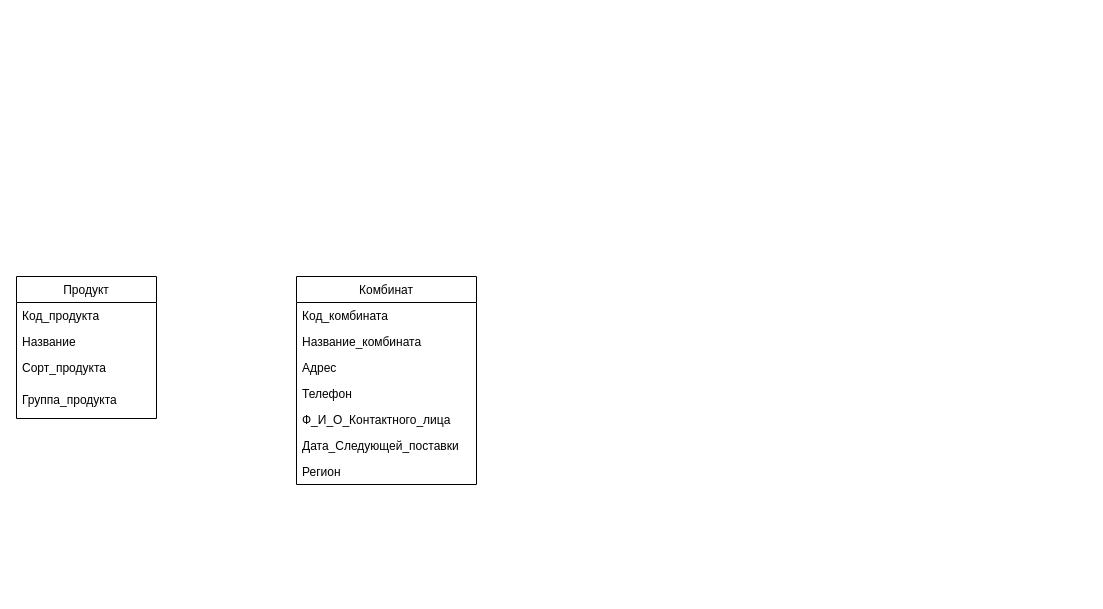
Earlier version of the draw.io diagram function_diagram.drawio (dariga5/Astanin.Teaching_Practice). Source tidied: cells renumbered, new cells numbered last; positions are measured from the earlier drawing's top-left corner, leaving out a move shared by most shapes. Both pictures are drawn from the tidied source at 100%, with x=0, y=0 at pixel (16, 276).
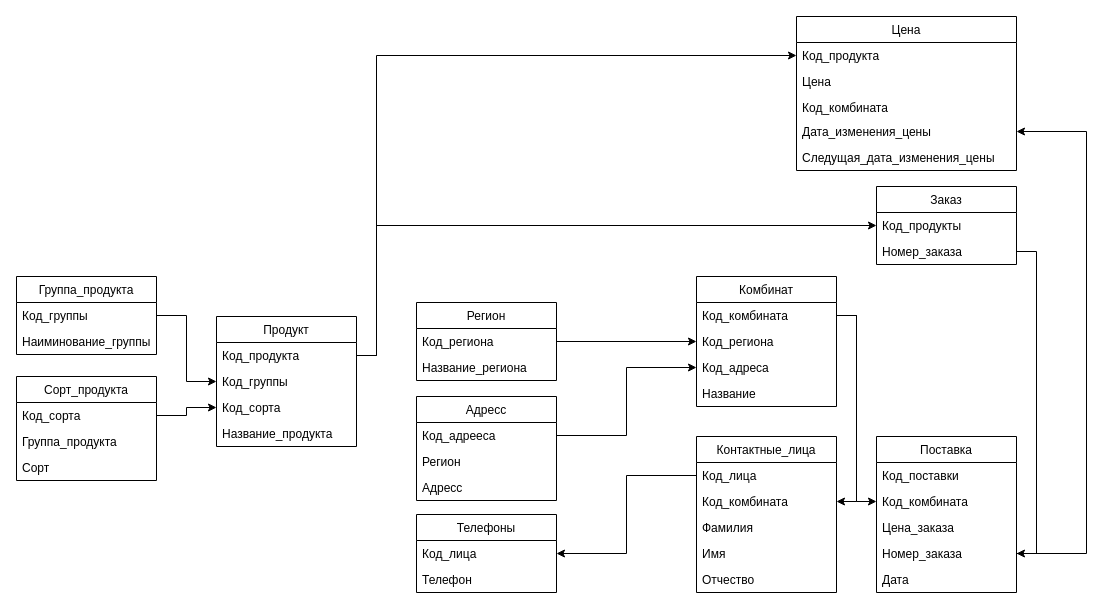
Above is the later version.

Unchanged cells that the change refers to:
```xml
<mxCell id="3" value="Код_продукта" style="text;strokeColor=none;fillColor=none;align=left;verticalAlign=top;spacingLeft=4;spacingRight=4;overflow=hidden;points=[[0,0.5],[1,0.5]];portConstraint=eastwest;" parent="2" vertex="1">
  <mxGeometry y="26" width="140" height="26" as="geometry" />
</mxCell>
```

The edit, as a diff of the source:
```diff
@@
+    <mxCell id="15" value="Группа_продукта" style="swimlane;fontStyle=0;horizontal=1;startSize=26;fillColor=none;" parent="1" vertex="1">
+      <mxGeometry width="140" height="78" as="geometry" />
+    </mxCell>
+    <mxCell id="16" value="Код_группы" style="text;strokeColor=none;fillColor=none;align=left;verticalAlign=top;spacingLeft=4;spacingRight=4;overflow=hidden;points=[[0,0.5],[1,0.5]];portConstraint=eastwest;" parent="15" vertex="1">
+      <mxGeometry y="26" width="140" height="26" as="geometry" />
+    </mxCell>
+    <mxCell id="17" value="Наиминование_группы" style="text;strokeColor=none;fillColor=none;align=left;verticalAlign=top;spacingLeft=4;spacingRight=4;overflow=hidden;" parent="15" vertex="1">
+      <mxGeometry y="52" width="140" height="26" as="geometry" />
+    </mxCell>
+    <mxCell id="5" value="Сорт_продукта" style="swimlane;fontStyle=0;horizontal=1;startSize=26;fillColor=none;" parent="1" vertex="1">
+      <mxGeometry y="100" width="140" height="104" as="geometry" />
+    </mxCell>
+    <mxCell id="18" value="Код_сорта" style="text;strokeColor=none;fillColor=none;align=left;verticalAlign=top;spacingLeft=4;spacingRight=4;overflow=hidden;points=[[0,0.5],[1,0.5]];portConstraint=eastwest;" parent="5" vertex="1">
+      <mxGeometry y="26" width="140" height="26" as="geometry" />
+    </mxCell>
+    <mxCell id="6" value="Группа_продукта" style="text;strokeColor=none;fillColor=none;align=left;verticalAlign=top;spacingLeft=4;spacingRight=4;overflow=hidden;" parent="5" vertex="1">
+      <mxGeometry y="52" width="140" height="26" as="geometry" />
+    </mxCell>
+    <mxCell id="19" value="Сорт" style="text;strokeColor=none;fillColor=none;align=left;verticalAlign=top;spacingLeft=4;spacingRight=4;overflow=hidden;" parent="5" vertex="1">
+      <mxGeometry y="78" width="140" height="26" as="geometry" />
+    </mxCell>
     <mxCell id="2" value="Продукт" style="swimlane;fontStyle=0;horizontal=1;startSize=26;fillColor=none;" parent="1" vertex="1">
-      <mxGeometry width="140" height="142" as="geometry" />
+      <mxGeometry x="200" y="40" width="140" height="130" as="geometry" />
     </mxCell>
@@
+    <mxCell id="20" value="Код_группы" style="text;strokeColor=none;fillColor=none;align=left;verticalAlign=top;spacingLeft=4;spacingRight=4;overflow=hidden;" parent="2" vertex="1">
+      <mxGeometry y="52" width="140" height="26" as="geometry" />
+    </mxCell>
+    <mxCell id="21" value="Код_сорта" style="text;strokeColor=none;fillColor=none;align=left;verticalAlign=top;spacingLeft=4;spacingRight=4;overflow=hidden;points=[[0,0.5],[1,0.5]];portConstraint=eastwest;" parent="2" vertex="1">
+      <mxGeometry y="78" width="140" height="26" as="geometry" />
+    </mxCell>
+    <mxCell id="22" value="Название_продукта" style="text;strokeColor=none;fillColor=none;align=left;verticalAlign=top;spacingLeft=4;spacingRight=4;overflow=hidden;" parent="2" vertex="1">
+      <mxGeometry y="104" width="140" height="26" as="geometry" />
+    </mxCell>
+    <mxCell id="23" value="Регион" style="swimlane;fontStyle=0;horizontal=1;startSize=26;fillColor=none;" parent="1" vertex="1">
+      <mxGeometry x="400" y="26" width="140" height="78" as="geometry" />
+    </mxCell>
+    <mxCell id="24" value="Код_региона" style="text;strokeColor=none;fillColor=none;align=left;verticalAlign=top;spacingLeft=4;spacingRight=4;overflow=hidden;points=[[0,0.5],[1,0.5]];portConstraint=eastwest;" parent="23" vertex="1">
+      <mxGeometry y="26" width="140" height="26" as="geometry" />
+    </mxCell>
+    <mxCell id="25" value="Название_региона" style="text;strokeColor=none;fillColor=none;align=left;verticalAlign=top;spacingLeft=4;spacingRight=4;overflow=hidden;" parent="23" vertex="1">
+      <mxGeometry y="52" width="140" height="26" as="geometry" />
+    </mxCell>
+    <mxCell id="26" value="Адресс" style="swimlane;fontStyle=0;horizontal=1;startSize=26;fillColor=none;" parent="1" vertex="1">
+      <mxGeometry x="400" y="120" width="140" height="104" as="geometry" />
+    </mxCell>
+    <mxCell id="27" value="Код_адрееса" style="text;strokeColor=none;fillColor=none;align=left;verticalAlign=top;spacingLeft=4;spacingRight=4;overflow=hidden;points=[[0,0.5],[1,0.5]];portConstraint=eastwest;" parent="26" vertex="1">
+      <mxGeometry y="26" width="140" height="26" as="geometry" />
+    </mxCell>
+    <mxCell id="14" value="Регион" style="text;strokeColor=none;fillColor=none;align=left;verticalAlign=top;spacingLeft=4;spacingRight=4;overflow=hidden;" parent="26" vertex="1">
+      <mxGeometry y="52" width="140" height="26" as="geometry" />
+    </mxCell>
+    <mxCell id="28" value="Адресс" style="text;strokeColor=none;fillColor=none;align=left;verticalAlign=top;spacingLeft=4;spacingRight=4;overflow=hidden;" parent="26" vertex="1">
+      <mxGeometry y="78" width="140" height="26" as="geometry" />
+    </mxCell>
+    <mxCell id="7" value="Комбинат" style="swimlane;fontStyle=0;horizontal=1;startSize=26;fillColor=none;" parent="1" vertex="1">
+      <mxGeometry x="680" width="140" height="130" as="geometry" />
+    </mxCell>
+    <mxCell id="29" value="Код_комбината" style="text;strokeColor=none;fillColor=none;align=left;verticalAlign=top;spacingLeft=4;spacingRight=4;overflow=hidden;points=[[0,0.5],[1,0.5]];portConstraint=eastwest;" parent="7" vertex="1">
+      <mxGeometry y="26" width="140" height="26" as="geometry" />
+    </mxCell>
+    <mxCell id="30" value="Код_региона" style="text;strokeColor=none;fillColor=none;align=left;verticalAlign=top;spacingLeft=4;spacingRight=4;overflow=hidden;points=[[0,0.5],[1,0.5]];portConstraint=eastwest;" parent="7" vertex="1">
+      <mxGeometry y="52" width="140" height="26" as="geometry" />
+    </mxCell>
+    <mxCell id="31" value="Код_адреса" style="text;strokeColor=none;fillColor=none;align=left;verticalAlign=top;spacingLeft=4;spacingRight=4;overflow=hidden;points=[[0,0.5],[1,0.5]];portConstraint=eastwest;" parent="7" vertex="1">
+      <mxGeometry y="78" width="140" height="26" as="geometry" />
+    </mxCell>
-    <mxCell id="4" value="Название" style="text;strokeColor=none;fillColor=none;align=left;verticalAlign=top;spacingLeft=4;spacingRight=4;overflow=hidden;" parent="2" vertex="1">
-      <mxGeometry y="52" width="140" height="26" as="geometry" />
+    <mxCell id="4" value="Название" style="text;strokeColor=none;fillColor=none;align=left;verticalAlign=top;spacingLeft=4;spacingRight=4;overflow=hidden;" parent="7" vertex="1">
+      <mxGeometry y="104" width="140" height="26" as="geometry" />
     </mxCell>
-    <mxCell id="5" value="Сорт_продукта" style="text;strokeColor=none;fillColor=none;align=left;verticalAlign=top;spacingLeft=4;spacingRight=4;overflow=hidden;" parent="2" vertex="1">
-      <mxGeometry y="78" width="140" height="32" as="geometry" />
-    </mxCell>
-    <mxCell id="6" value="Группа_продукта" style="text;strokeColor=none;fillColor=none;align=left;verticalAlign=top;spacingLeft=4;spacingRight=4;overflow=hidden;" parent="2" vertex="1">
-      <mxGeometry y="110" width="140" height="32" as="geometry" />
-    </mxCell>
-    <mxCell id="7" value="Комбинат" style="swimlane;fontStyle=0;horizontal=1;startSize=26;fillColor=none;" parent="1" vertex="1">
-      <mxGeometry x="280" width="180" height="208" as="geometry" />
-    </mxCell>
-    <mxCell id="8" value="Код_комбината" style="text;strokeColor=none;fillColor=none;align=left;verticalAlign=top;spacingLeft=4;spacingRight=4;overflow=hidden;" parent="7" vertex="1">
-      <mxGeometry y="26" width="180" height="26" as="geometry" />
-    </mxCell>
-    <mxCell id="9" value="Название_комбината" style="text;strokeColor=none;fillColor=none;align=left;verticalAlign=top;spacingLeft=4;spacingRight=4;overflow=hidden;" parent="7" vertex="1">
-      <mxGeometry y="52" width="180" height="26" as="geometry" />
-    </mxCell>
-    <mxCell id="10" value="Адрес" style="text;strokeColor=none;fillColor=none;align=left;verticalAlign=top;spacingLeft=4;spacingRight=4;overflow=hidden;" parent="7" vertex="1">
-      <mxGeometry y="78" width="180" height="26" as="geometry" />
-    </mxCell>
+    <mxCell id="32" value="Контактные_лица" style="swimlane;fontStyle=0;horizontal=1;startSize=26;fillColor=none;" parent="1" vertex="1">
+      <mxGeometry x="680" y="160" width="140" height="156" as="geometry" />
+    </mxCell>
+    <mxCell id="33" value="Код_лица" style="text;strokeColor=none;fillColor=none;align=left;verticalAlign=top;spacingLeft=4;spacingRight=4;overflow=hidden;points=[[0,0.5],[1,0.5]];portConstraint=eastwest;" parent="32" vertex="1">
+      <mxGeometry y="26" width="140" height="26" as="geometry" />
+    </mxCell>
+    <mxCell id="34" value="Код_комбината" style="text;strokeColor=none;fillColor=none;align=left;verticalAlign=top;spacingLeft=4;spacingRight=4;overflow=hidden;points=[[0,0.5],[1,0.5]];portConstraint=eastwest;" parent="32" vertex="1">
+      <mxGeometry y="52" width="140" height="26" as="geometry" />
+    </mxCell>
+    <mxCell id="35" value="Фамилия" style="text;strokeColor=none;fillColor=none;align=left;verticalAlign=top;spacingLeft=4;spacingRight=4;overflow=hidden;" parent="32" vertex="1">
+      <mxGeometry y="78" width="140" height="26" as="geometry" />
+    </mxCell>
+    <mxCell id="36" value="Имя" style="text;strokeColor=none;fillColor=none;align=left;verticalAlign=top;spacingLeft=4;spacingRight=4;overflow=hidden;" parent="32" vertex="1">
+      <mxGeometry y="104" width="140" height="26" as="geometry" />
+    </mxCell>
+    <mxCell id="37" value="Отчество" style="text;strokeColor=none;fillColor=none;align=left;verticalAlign=top;spacingLeft=4;spacingRight=4;overflow=hidden;" parent="32" vertex="1">
+      <mxGeometry y="130" width="140" height="26" as="geometry" />
+    </mxCell>
+    <mxCell id="38" value="Телефоны" style="swimlane;fontStyle=0;horizontal=1;startSize=26;fillColor=none;" parent="1" vertex="1">
+      <mxGeometry x="400" y="238" width="140" height="78" as="geometry" />
+    </mxCell>
+    <mxCell id="39" value="Код_лица" style="text;strokeColor=none;fillColor=none;align=left;verticalAlign=top;spacingLeft=4;spacingRight=4;overflow=hidden;points=[[0,0.5],[1,0.5]];portConstraint=eastwest;" parent="38" vertex="1">
+      <mxGeometry y="26" width="140" height="26" as="geometry" />
+    </mxCell>
-    <mxCell id="11" value="Телефон" style="text;strokeColor=none;fillColor=none;align=left;verticalAlign=top;spacingLeft=4;spacingRight=4;overflow=hidden;" parent="7" vertex="1">
-      <mxGeometry y="104" width="180" height="26" as="geometry" />
+    <mxCell id="11" value="Телефон" style="text;strokeColor=none;fillColor=none;align=left;verticalAlign=top;spacingLeft=4;spacingRight=4;overflow=hidden;" parent="38" vertex="1">
+      <mxGeometry y="52" width="140" height="26" as="geometry" />
     </mxCell>
-    <mxCell id="12" value="Ф_И_О_Контактного_лица" style="text;strokeColor=none;fillColor=none;align=left;verticalAlign=top;spacingLeft=4;spacingRight=4;overflow=hidden;" parent="7" vertex="1">
-      <mxGeometry y="130" width="180" height="26" as="geometry" />
-    </mxCell>
-    <mxCell id="13" value="Дата_Следующей_поставки " style="text;strokeColor=none;fillColor=none;align=left;verticalAlign=top;spacingLeft=4;spacingRight=4;overflow=hidden;" parent="7" vertex="1">
-      <mxGeometry y="156" width="180" height="26" as="geometry" />
-    </mxCell>
-    <mxCell id="14" value="Регион" style="text;strokeColor=none;fillColor=none;align=left;verticalAlign=top;spacingLeft=4;spacingRight=4;overflow=hidden;" parent="7" vertex="1">
-      <mxGeometry y="182" width="180" height="26" as="geometry" />
-    </mxCell>
+    <mxCell id="40" value="Заказ" style="swimlane;fontStyle=0;horizontal=1;startSize=26;fillColor=none;" parent="1" vertex="1">
+      <mxGeometry x="860" y="-90" width="140" height="78" as="geometry" />
+    </mxCell>
+    <mxCell id="41" value="Код_продукты" style="text;strokeColor=none;fillColor=none;align=left;verticalAlign=top;spacingLeft=4;spacingRight=4;overflow=hidden;points=[[0,0.5],[1,0.5]];portConstraint=eastwest;" parent="40" vertex="1">
+      <mxGeometry y="26" width="140" height="26" as="geometry" />
+    </mxCell>
+    <mxCell id="42" value="Номер_заказа" style="text;strokeColor=none;fillColor=none;align=left;verticalAlign=top;spacingLeft=4;spacingRight=4;overflow=hidden;points=[[0,0.5],[1,0.5]];portConstraint=eastwest;" parent="40" vertex="1">
+      <mxGeometry y="52" width="140" height="26" as="geometry" />
+    </mxCell>
+    <mxCell id="43" value="Поставка" style="swimlane;fontStyle=0;horizontal=1;startSize=26;fillColor=none;" parent="1" vertex="1">
+      <mxGeometry x="860" y="160" width="140" height="156" as="geometry" />
+    </mxCell>
+    <mxCell id="44" value="Код_поставки" style="text;strokeColor=none;fillColor=none;align=left;verticalAlign=top;spacingLeft=4;spacingRight=4;overflow=hidden;" parent="43" vertex="1">
+      <mxGeometry y="26" width="140" height="26" as="geometry" />
+    </mxCell>
+    <mxCell id="45" value="Код_комбината" style="text;strokeColor=none;fillColor=none;align=left;verticalAlign=top;spacingLeft=4;spacingRight=4;overflow=hidden;points=[[0,0.5],[1,0.5]];portConstraint=eastwest;" parent="43" vertex="1">
+      <mxGeometry y="52" width="140" height="26" as="geometry" />
+    </mxCell>
+    <mxCell id="46" value="Цена_заказа" style="text;strokeColor=none;fillColor=none;align=left;verticalAlign=top;spacingLeft=4;spacingRight=4;overflow=hidden;" parent="43" vertex="1">
+      <mxGeometry y="78" width="140" height="26" as="geometry" />
+    </mxCell>
+    <mxCell id="47" value="Номер_заказа" style="text;strokeColor=none;fillColor=none;align=left;verticalAlign=top;spacingLeft=4;spacingRight=4;overflow=hidden;points=[[0,0.5],[1,0.5]];portConstraint=eastwest;" parent="43" vertex="1">
+      <mxGeometry y="104" width="140" height="26" as="geometry" />
+    </mxCell>
+    <mxCell id="48" value="Дата" style="text;strokeColor=none;fillColor=none;align=left;verticalAlign=top;spacingLeft=4;spacingRight=4;overflow=hidden;points=[[0,0.5],[1,0.5]];portConstraint=eastwest;" parent="43" vertex="1">
+      <mxGeometry y="130" width="140" height="26" as="geometry" />
+    </mxCell>
+    <mxCell id="49" value="Цена" style="swimlane;fontStyle=0;horizontal=1;startSize=26;fillColor=none;" parent="1" vertex="1">
+      <mxGeometry x="780" y="-260" width="220" height="154" as="geometry" />
+    </mxCell>
+    <mxCell id="50" value="Код_продукта" style="text;strokeColor=none;fillColor=none;align=left;verticalAlign=top;spacingLeft=4;spacingRight=4;overflow=hidden;points=[[0,0.5],[1,0.5]];portConstraint=eastwest;" parent="49" vertex="1">
+      <mxGeometry y="26" width="220" height="26" as="geometry" />
+    </mxCell>
+    <mxCell id="51" value="Цена" style="text;strokeColor=none;fillColor=none;align=left;verticalAlign=top;spacingLeft=4;spacingRight=4;overflow=hidden;" parent="49" vertex="1">
+      <mxGeometry y="52" width="220" height="26" as="geometry" />
+    </mxCell>
+    <mxCell id="52" value="Код_комбината" style="text;strokeColor=none;fillColor=none;align=left;verticalAlign=top;spacingLeft=4;spacingRight=4;overflow=hidden;" parent="49" vertex="1">
+      <mxGeometry y="78" width="220" height="24" as="geometry" />
+    </mxCell>
+    <mxCell id="53" value="Дата_изменения_цены" style="text;strokeColor=none;fillColor=none;align=left;verticalAlign=top;spacingLeft=4;spacingRight=4;overflow=hidden;points=[[0,0.5],[1,0.5]];portConstraint=eastwest;" parent="49" vertex="1">
+      <mxGeometry y="102" width="220" height="26" as="geometry" />
+    </mxCell>
+    <mxCell id="54" value="Следущая_дата_изменения_цены" style="text;strokeColor=none;fillColor=none;align=left;verticalAlign=top;spacingLeft=4;spacingRight=4;overflow=hidden;" parent="49" vertex="1">
+      <mxGeometry y="128" width="220" height="26" as="geometry" />
+    </mxCell>
+    <mxCell id="55" style="edgeStyle=orthogonalEdgeStyle;rounded=0;jettySize=auto;html=1;exitX=1;exitY=0.5;exitDx=0;exitDy=0;entryX=0;entryY=0.5;entryDx=0;entryDy=0;" parent="1" edge="1" source="16" target="2">
+      <mxGeometry relative="1" as="geometry" />
+    </mxCell>
+    <mxCell id="56" style="edgeStyle=orthogonalEdgeStyle;rounded=0;jettySize=auto;html=1;exitX=1;exitY=0.5;exitDx=0;exitDy=0;entryX=0;entryY=0.5;entryDx=0;entryDy=0;" parent="1" edge="1" source="18" target="21">
+      <mxGeometry relative="1" as="geometry" />
+    </mxCell>
+    <mxCell id="57" style="edgeStyle=orthogonalEdgeStyle;rounded=0;jettySize=auto;html=1;entryX=0;entryY=0.5;entryDx=0;entryDy=0;" parent="1" edge="1" source="24" target="30">
+      <mxGeometry relative="1" as="geometry" />
+    </mxCell>
+    <mxCell id="58" style="edgeStyle=orthogonalEdgeStyle;rounded=0;jettySize=auto;html=1;entryX=0;entryY=0.5;entryDx=0;entryDy=0;" parent="1" edge="1" source="27" target="31">
+      <mxGeometry relative="1" as="geometry" />
+    </mxCell>
+    <mxCell id="59" style="edgeStyle=orthogonalEdgeStyle;rounded=0;jettySize=auto;html=1;exitX=1;exitY=0.5;exitDx=0;exitDy=0;entryX=1;entryY=0.5;entryDx=0;entryDy=0;" parent="1" edge="1" source="29" target="34">
+      <mxGeometry relative="1" as="geometry" />
+    </mxCell>
+    <mxCell id="60" style="edgeStyle=orthogonalEdgeStyle;rounded=0;jettySize=auto;html=1;exitX=0;exitY=0.5;exitDx=0;exitDy=0;" parent="1" edge="1" source="33" target="39">
+      <mxGeometry relative="1" as="geometry" />
+    </mxCell>
+    <mxCell id="61" style="edgeStyle=orthogonalEdgeStyle;rounded=0;jettySize=auto;html=1;exitX=1;exitY=0.5;exitDx=0;exitDy=0;entryX=0;entryY=0.5;entryDx=0;entryDy=0;" parent="1" edge="1" source="29" target="45">
+      <mxGeometry relative="1" as="geometry" />
+    </mxCell>
+    <mxCell id="62" style="edgeStyle=orthogonalEdgeStyle;rounded=0;jettySize=auto;html=1;exitX=1;exitY=0.5;exitDx=0;exitDy=0;entryX=1;entryY=0.5;entryDx=0;entryDy=0;" parent="1" edge="1" source="42" target="47">
+      <mxGeometry relative="1" as="geometry" />
+    </mxCell>
+    <mxCell id="63" style="edgeStyle=orthogonalEdgeStyle;rounded=0;jettySize=auto;html=1;exitX=1;exitY=0.5;exitDx=0;exitDy=0;entryX=0;entryY=0.5;entryDx=0;entryDy=0;" parent="1" edge="1" source="3" target="41">
+      <mxGeometry relative="1" as="geometry">
+        <Array as="points">
+          <mxPoint x="360" y="79" />
+          <mxPoint x="360" y="-51" />
+        </Array>
+      </mxGeometry>
+    </mxCell>
+    <mxCell id="64" style="edgeStyle=orthogonalEdgeStyle;rounded=0;jettySize=auto;html=1;exitX=1;exitY=0.5;exitDx=0;exitDy=0;entryX=0;entryY=0.5;entryDx=0;entryDy=0;" parent="1" edge="1" source="3" target="50">
+      <mxGeometry relative="1" as="geometry">
+        <Array as="points">
+          <mxPoint x="360" y="79" />
+          <mxPoint x="360" y="-221" />
+        </Array>
+      </mxGeometry>
+    </mxCell>
+    <mxCell id="65" style="edgeStyle=orthogonalEdgeStyle;rounded=0;jettySize=auto;html=1;exitX=1;exitY=0.5;exitDx=0;exitDy=0;" parent="1" edge="1" source="48" target="53">
+      <mxGeometry relative="1" as="geometry">
+        <Array as="points">
+          <mxPoint x="1070" y="277" />
+          <mxPoint x="1070" y="-145" />
+        </Array>
+      </mxGeometry>
+    </mxCell>
```
